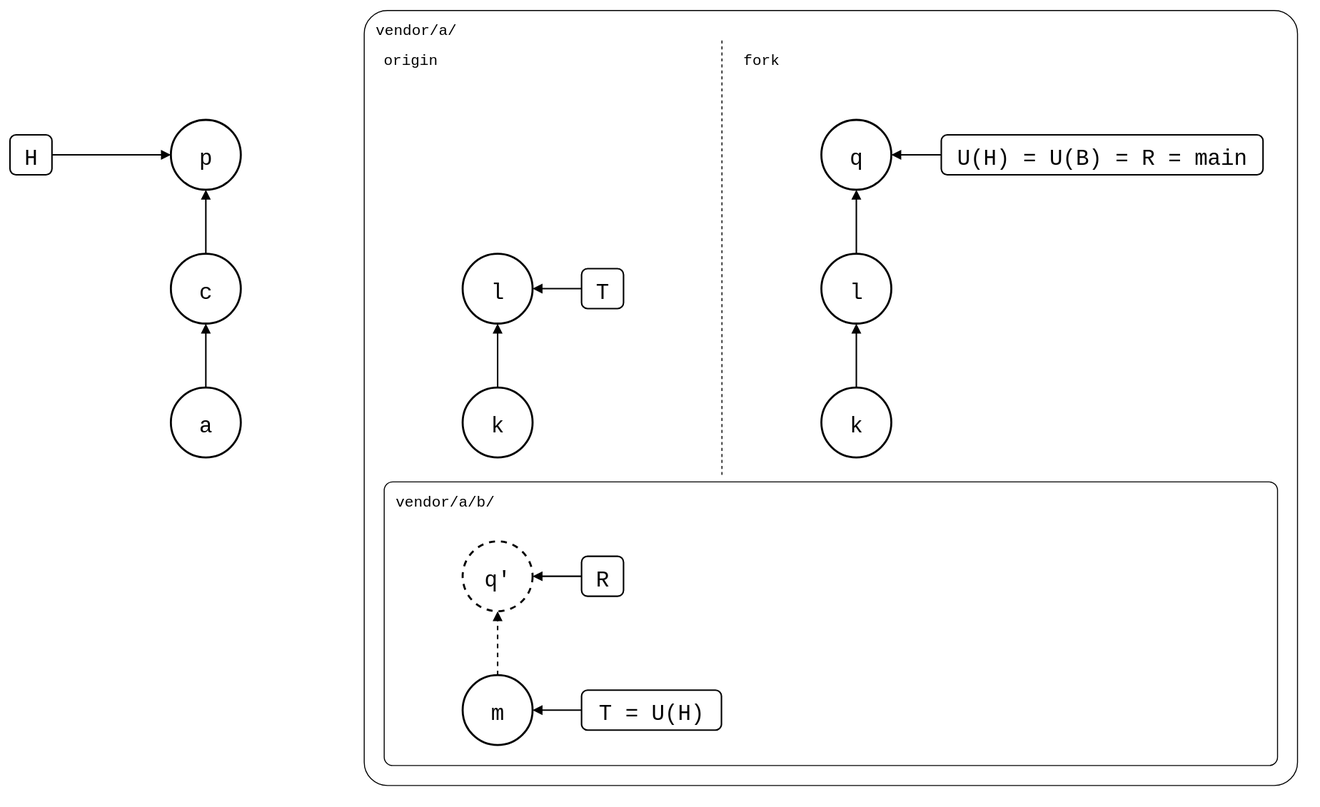
The draw.io diagram git-splice/test/scenarios/05-nested-splices/01-nested-splices/01-outer-fork/outer-fork.drawio.svg in roschaefer/episodes, before a commit. Source tidied: cells renumbered, new cells last; positions are measured from the earlier drawing's top-left corner, leaving out a move shared by most shapes.
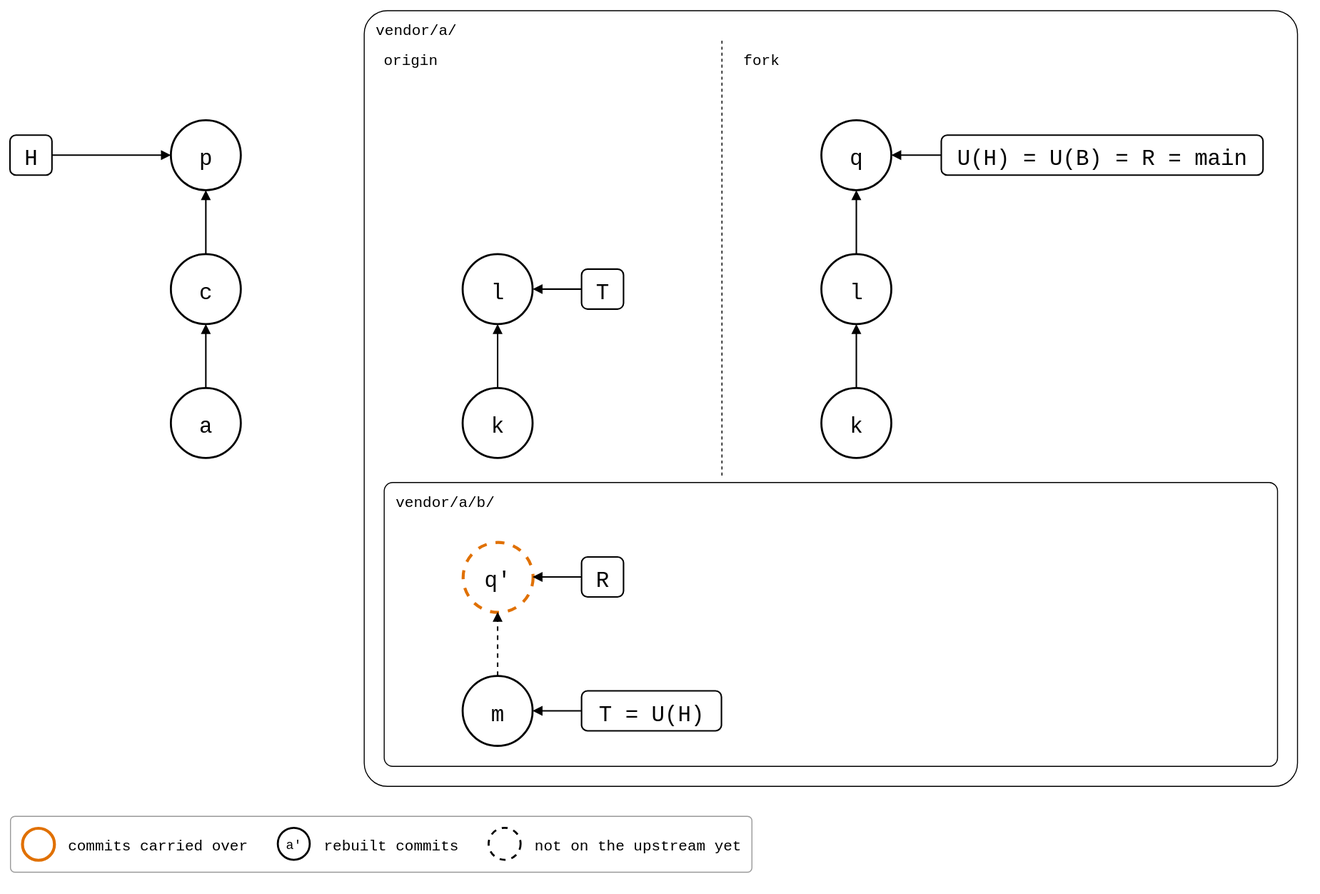
Above is the later version.

Diff of the diagram source:
```diff
@@ -41,7 +41,7 @@
     <mxCell id="14" value="k" style="ellipse;strokeWidth=2;fontSize=22;fontFamily=Roboto Mono,monospace;" parent="1" vertex="1">
       <mxGeometry x="812" y="378" width="70" height="70" as="geometry" />
     </mxCell>
-    <mxCell id="15" value="q'" style="ellipse;strokeWidth=2;fontSize=22;fontFamily=Roboto Mono,monospace;dashed=1;" parent="1" vertex="1">
+    <mxCell id="15" value="q'" style="ellipse;fontSize=22;fontFamily=Roboto Mono,monospace;dashed=1;strokeColor=#E07000;strokeWidth=3;" parent="1" vertex="1">
       <mxGeometry x="453" y="532" width="70" height="70" as="geometry" />
     </mxCell>
     <mxCell id="16" value="m" style="ellipse;strokeWidth=2;fontSize=22;fontFamily=Roboto Mono,monospace;" parent="1" vertex="1">
@@ -95,5 +95,26 @@
     <mxCell id="32" style="endArrow=block;endFill=1;html=1;strokeWidth=1.5;rounded=0;" parent="1" edge="1" source="21" target="16">
       <mxGeometry relative="1" as="geometry" />
     </mxCell>
+    <mxCell id="33" style="rounded=1;arcSize=8;fillColor=none;strokeColor=#999999;strokeWidth=1;legend=1;" parent="1" vertex="1">
+      <mxGeometry y="806" width="742" height="56" as="geometry" />
+    </mxCell>
+    <mxCell id="34" style="ellipse;fontSize=13;fontFamily=Roboto Mono,monospace;strokeColor=#E07000;strokeWidth=3;" parent="33" vertex="1">
+      <mxGeometry x="12" y="12" width="32" height="32" as="geometry" />
+    </mxCell>
+    <mxCell id="35" value="commits carried over" style="text;align=left;verticalAlign=middle;fontSize=15;fontFamily=Roboto Mono,monospace;" parent="33" vertex="1">
+      <mxGeometry x="56" y="12" width="180" height="32" as="geometry" />
+    </mxCell>
+    <mxCell id="36" value="a'" style="ellipse;fontSize=13;fontFamily=Roboto Mono,monospace;strokeWidth=2;" parent="33" vertex="1">
+      <mxGeometry x="268" y="12" width="32" height="32" as="geometry" />
+    </mxCell>
+    <mxCell id="37" value="rebuilt commits" style="text;align=left;verticalAlign=middle;fontSize=15;fontFamily=Roboto Mono,monospace;" parent="33" vertex="1">
+      <mxGeometry x="312" y="12" width="135" height="32" as="geometry" />
+    </mxCell>
+    <mxCell id="38" style="ellipse;fontSize=13;fontFamily=Roboto Mono,monospace;strokeWidth=2;dashed=1;" parent="33" vertex="1">
+      <mxGeometry x="479" y="12" width="32" height="32" as="geometry" />
+    </mxCell>
+    <mxCell id="39" value="not on the upstream yet" style="text;align=left;verticalAlign=middle;fontSize=15;fontFamily=Roboto Mono,monospace;" parent="33" vertex="1">
+      <mxGeometry x="523" y="12" width="207" height="32" as="geometry" />
+    </mxCell>
   </root>
 </mxGraphModel>
```
